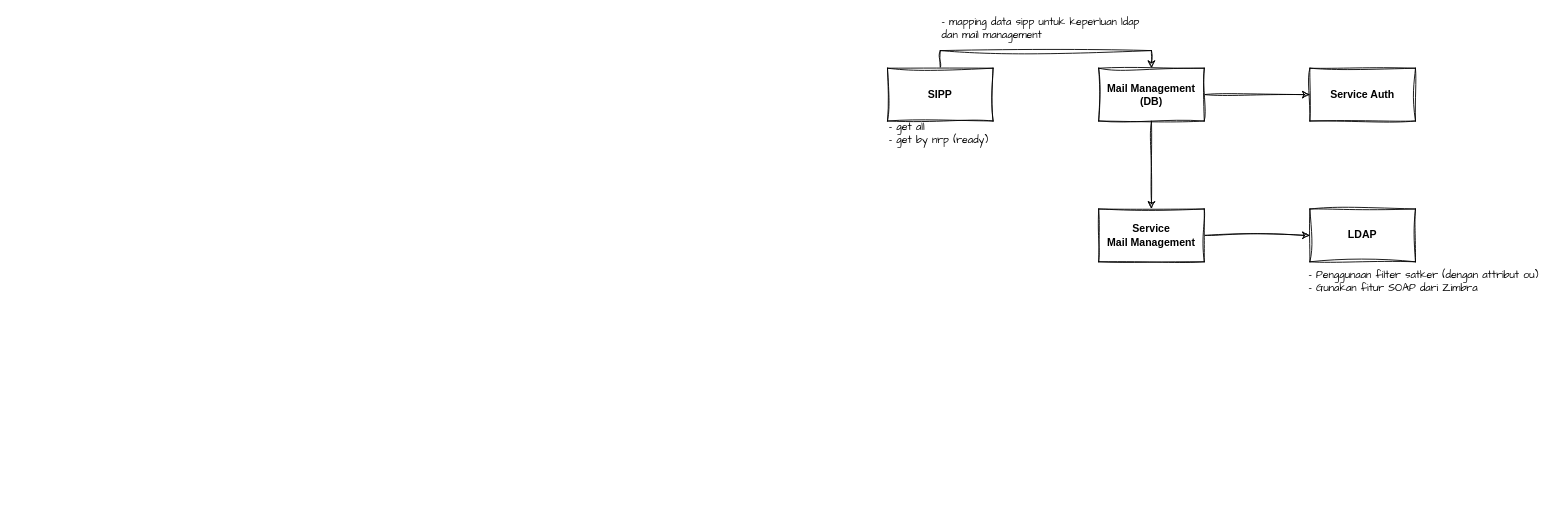
The draw.io diagram page "Tech Flow" (3 of 6) of admin_polri.drawio in fsdio/draw.io.dev, before the edit. Source tidied: cells renumbered, new cells numbered last; positions are measured from the earlier drawing's top-left corner, leaving out a move shared by most shapes. Both pictures are drawn from the tidied source at 88%, with x=0, y=0 at pixel (887, 15).
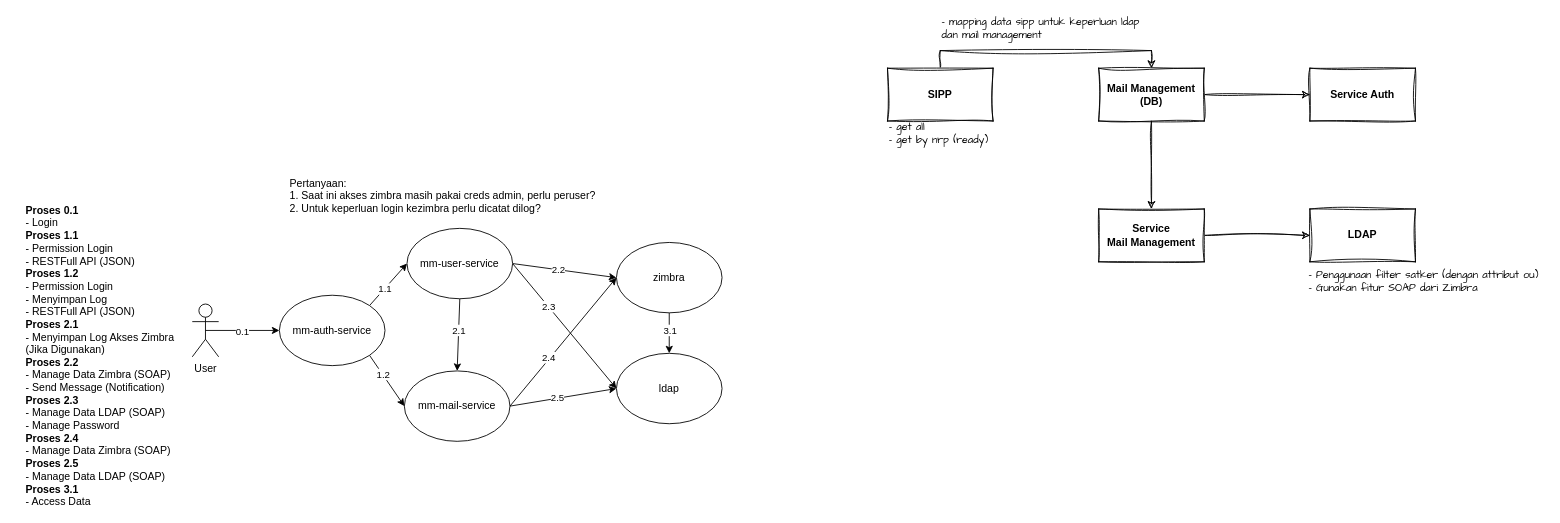
The same page after the edit.

Diff of the diagram source:
```diff
@@
+    <mxCell id="14" style="edgeStyle=orthogonalEdgeStyle;rounded=0;jettySize=auto;html=1;exitX=0.5;exitY=0.5;exitDx=0;exitDy=0;exitPerimeter=0;entryX=0;entryY=0.5;entryDx=0;entryDy=0;" parent="1" edge="1" source="16" target="28">
+      <mxGeometry relative="1" as="geometry" />
+    </mxCell>
+    <mxCell id="15" value="0.1" style="edgeLabel;html=1;align=center;verticalAlign=middle;" parent="14" vertex="1">
+      <mxGeometry x="-0.02" y="1" relative="1" as="geometry">
+        <mxPoint y="2" as="offset" />
+      </mxGeometry>
+    </mxCell>
+    <mxCell id="16" value="User" style="shape=umlActor;verticalLabelPosition=bottom;verticalAlign=top;html=1;outlineConnect=0;" parent="1" vertex="1">
+      <mxGeometry x="-790" y="328" width="30" height="60" as="geometry" />
+    </mxCell>
+    <mxCell id="17" style="rounded=0;jettySize=auto;html=1;exitX=0.5;exitY=1;exitDx=0;exitDy=0;entryX=0.5;entryY=0;entryDx=0;entryDy=0;" parent="1" edge="1" source="23" target="33">
+      <mxGeometry relative="1" as="geometry" />
+    </mxCell>
+    <mxCell id="18" value="2.1" style="edgeLabel;html=1;align=center;verticalAlign=middle;" parent="17" vertex="1">
+      <mxGeometry x="-0.11" relative="1" as="geometry">
+        <mxPoint y="-1" as="offset" />
+      </mxGeometry>
+    </mxCell>
+    <mxCell id="19" style="rounded=0;jettySize=auto;html=1;exitX=1;exitY=0.5;exitDx=0;exitDy=0;entryX=0;entryY=0.5;entryDx=0;entryDy=0;" parent="1" edge="1" source="23" target="36">
+      <mxGeometry relative="1" as="geometry" />
+    </mxCell>
+    <mxCell id="20" value="2.2" style="edgeLabel;html=1;align=center;verticalAlign=middle;" parent="19" vertex="1">
+      <mxGeometry x="-0.13" relative="1" as="geometry" />
+    </mxCell>
+    <mxCell id="21" style="rounded=0;jettySize=auto;html=1;exitX=1;exitY=0.5;exitDx=0;exitDy=0;entryX=0;entryY=0.5;entryDx=0;entryDy=0;" parent="1" edge="1" source="23" target="37">
+      <mxGeometry relative="1" as="geometry" />
+    </mxCell>
+    <mxCell id="22" value="2.3" style="edgeLabel;html=1;align=center;verticalAlign=middle;" parent="21" vertex="1">
+      <mxGeometry x="-0.32" relative="1" as="geometry" />
+    </mxCell>
+    <mxCell id="23" value="mm-user-service" style="ellipse;whiteSpace=wrap;html=1;" parent="1" vertex="1">
+      <mxGeometry x="-546" y="242" width="120" height="80" as="geometry" />
+    </mxCell>
+    <mxCell id="24" style="rounded=0;jettySize=auto;html=1;exitX=1;exitY=0;exitDx=0;exitDy=0;entryX=0;entryY=0.5;entryDx=0;entryDy=0;" parent="1" edge="1" source="28" target="23">
+      <mxGeometry relative="1" as="geometry" />
+    </mxCell>
+    <mxCell id="25" value="1.1" style="edgeLabel;html=1;align=center;verticalAlign=middle;" parent="24" vertex="1">
+      <mxGeometry x="-0.19" relative="1" as="geometry" />
+    </mxCell>
+    <mxCell id="26" style="rounded=0;jettySize=auto;html=1;exitX=1;exitY=1;exitDx=0;exitDy=0;entryX=0;entryY=0.5;entryDx=0;entryDy=0;" parent="1" edge="1" source="28" target="33">
+      <mxGeometry relative="1" as="geometry" />
+    </mxCell>
+    <mxCell id="27" value="1.2" style="edgeLabel;html=1;align=center;verticalAlign=middle;" parent="26" vertex="1">
+      <mxGeometry x="-0.26" relative="1" as="geometry" />
+    </mxCell>
+    <mxCell id="28" value="mm-auth-service" style="ellipse;whiteSpace=wrap;html=1;" parent="1" vertex="1">
+      <mxGeometry x="-691" y="318" width="120" height="80" as="geometry" />
+    </mxCell>
+    <mxCell id="29" style="rounded=0;jettySize=auto;html=1;exitX=1;exitY=0.5;exitDx=0;exitDy=0;entryX=0;entryY=0.5;entryDx=0;entryDy=0;" parent="1" edge="1" source="33" target="37">
+      <mxGeometry relative="1" as="geometry" />
+    </mxCell>
+    <mxCell id="30" value="2.5" style="edgeLabel;html=1;align=center;verticalAlign=middle;" parent="29" vertex="1">
+      <mxGeometry x="-0.12" y="1" relative="1" as="geometry" />
+    </mxCell>
+    <mxCell id="31" style="rounded=0;jettySize=auto;html=1;exitX=1;exitY=0.5;exitDx=0;exitDy=0;entryX=0;entryY=0.5;entryDx=0;entryDy=0;" parent="1" edge="1" source="33" target="36">
+      <mxGeometry relative="1" as="geometry" />
+    </mxCell>
+    <mxCell id="32" value="2.4" style="edgeLabel;html=1;align=center;verticalAlign=middle;" parent="31" vertex="1">
+      <mxGeometry x="-0.26" y="2" relative="1" as="geometry" />
+    </mxCell>
+    <mxCell id="33" value="mm-mail-service" style="ellipse;whiteSpace=wrap;html=1;" parent="1" vertex="1">
+      <mxGeometry x="-549" y="404" width="120" height="80" as="geometry" />
+    </mxCell>
+    <mxCell id="34" style="rounded=0;jettySize=auto;html=1;exitX=0.5;exitY=1;exitDx=0;exitDy=0;entryX=0.5;entryY=0;entryDx=0;entryDy=0;" parent="1" edge="1" source="36" target="37">
+      <mxGeometry relative="1" as="geometry" />
+    </mxCell>
+    <mxCell id="35" value="3.1" style="edgeLabel;html=1;align=center;verticalAlign=middle;" parent="34" vertex="1">
+      <mxGeometry x="-0.18" relative="1" as="geometry" />
+    </mxCell>
+    <mxCell id="36" value="zimbra" style="ellipse;whiteSpace=wrap;html=1;" parent="1" vertex="1">
+      <mxGeometry x="-308" y="258" width="120" height="80" as="geometry" />
+    </mxCell>
+    <mxCell id="37" value="ldap" style="ellipse;whiteSpace=wrap;html=1;" parent="1" vertex="1">
+      <mxGeometry x="-308" y="384" width="120" height="80" as="geometry" />
+    </mxCell>
+    <mxCell id="38" value="&lt;div&gt;&lt;b&gt;Proses 0.1&lt;/b&gt;&lt;/div&gt;&lt;div&gt;- Login&lt;/div&gt;&lt;b&gt;Proses 1.1&lt;/b&gt;&lt;div&gt;- Permission Login&lt;/div&gt;&lt;div&gt;- RESTFull API (JSON)&lt;br&gt;&lt;div&gt;&lt;b&gt;Proses 1.2&lt;/b&gt;&lt;/div&gt;&lt;div&gt;- Permission Login&lt;/div&gt;&lt;div&gt;- Menyimpan Log&lt;/div&gt;&lt;div&gt;- RESTFull API (JSON)&lt;/div&gt;&lt;div&gt;&lt;b&gt;Proses 2.1&lt;/b&gt;&lt;/div&gt;&lt;div&gt;- Menyimpan Log Akses Zimbra (Jika Digunakan)&lt;/div&gt;&lt;div&gt;&lt;b&gt;Proses 2.2&lt;/b&gt;&lt;/div&gt;&lt;div&gt;- Manage Data Zimbra (SOAP)&lt;/div&gt;&lt;div&gt;- Send Message (Notification)&lt;/div&gt;&lt;div&gt;&lt;b&gt;Proses 2.3&lt;/b&gt;&lt;/div&gt;&lt;div&gt;- Manage Data LDAP (SOAP)&lt;/div&gt;&lt;div&gt;- Manage Password&lt;/div&gt;&lt;div&gt;&lt;b&gt;Proses 2.4&lt;/b&gt;&lt;/div&gt;&lt;div&gt;- Manage Data Zimbra (SOAP)&lt;/div&gt;&lt;div&gt;&lt;b&gt;Proses 2.5&lt;/b&gt;&lt;/div&gt;&lt;div&gt;- Manage Data LDAP (SOAP)&lt;/div&gt;&lt;div&gt;&lt;b&gt;Proses 3.1&lt;/b&gt;&lt;/div&gt;&lt;/div&gt;&lt;div&gt;- Access Data&lt;/div&gt;" style="text;html=1;align=left;verticalAlign=top;whiteSpace=wrap;rounded=0;spacingLeft=10;" parent="1" vertex="1">
+      <mxGeometry x="-991" y="208" width="206" height="319" as="geometry" />
+    </mxCell>
+    <mxCell id="39" value="Pertanyaan:&lt;br&gt;1. Saat ini akses zimbra masih pakai creds admin, perlu peruser?&lt;div&gt;2. Untuk keperluan login kezimbra perlu dicatat dilog?&lt;/div&gt;" style="text;html=1;align=left;verticalAlign=middle;whiteSpace=wrap;rounded=0;spacingLeft=10;" parent="1" vertex="1">
+      <mxGeometry x="-691" y="181" width="513" height="47" as="geometry" />
+    </mxCell>
```
